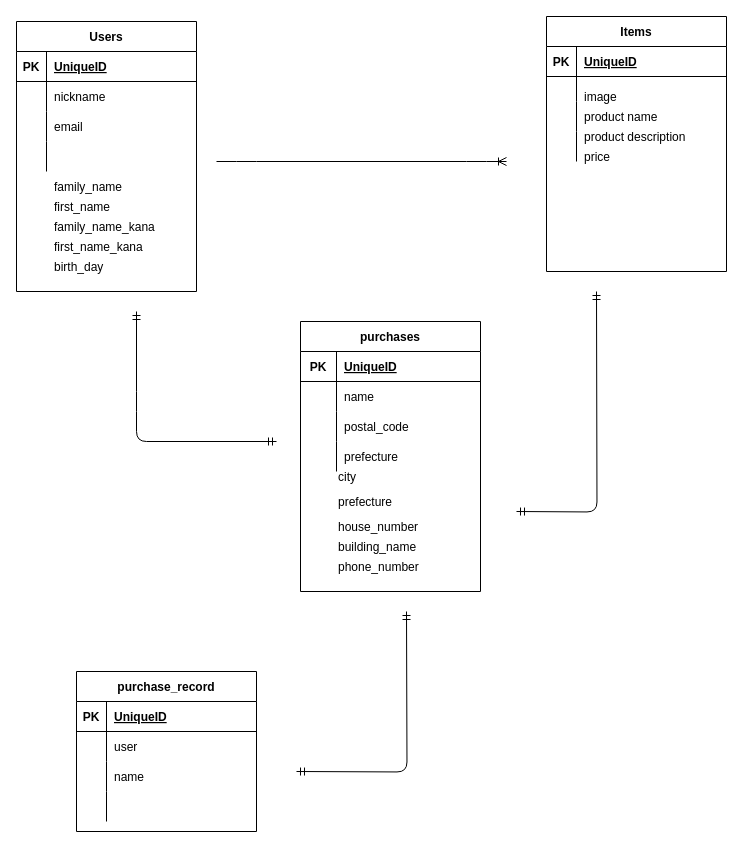
Above: test.dio in YAIBA4869/furima-36468 (draw.io), before the change. Source tidied: cells renumbered, new cells numbered last; positions are measured from the earlier drawing's top-left corner, leaving out a move shared by most shapes. Both pictures are drawn from the tidied source at 100%, with x=0, y=0 at pixel (16, 16).
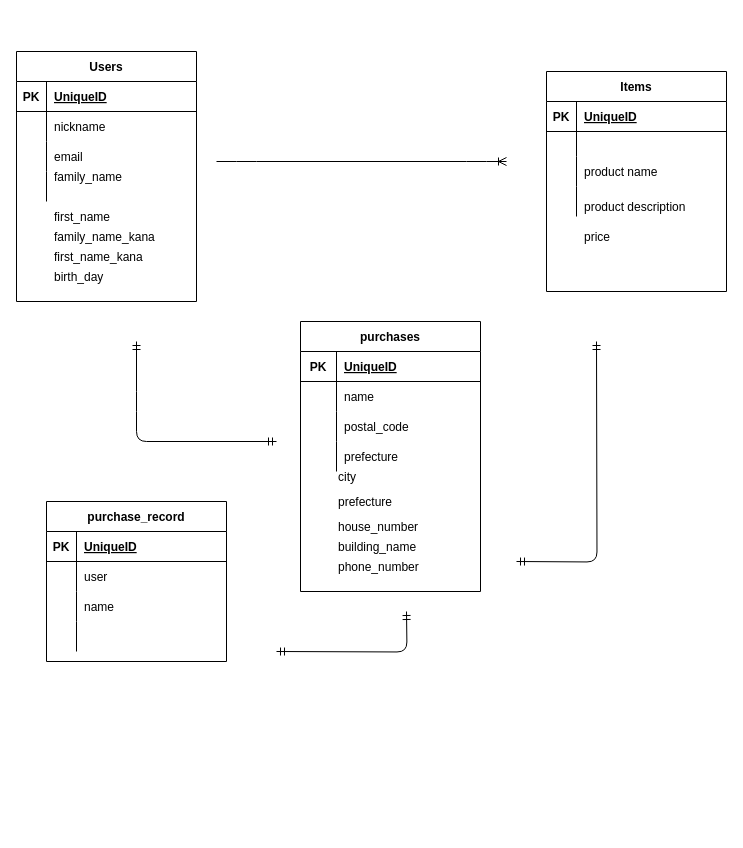
After the change.

The edit, as a diff of the source:
```diff
@@
     <mxCell id="2" value="Users" style="shape=table;startSize=30;childLayout=tableLayout;rowLines=0;fontStyle=1;align=center;" parent="1" vertex="1">
-      <mxGeometry y="5" width="180" height="270" as="geometry" />
+      <mxGeometry y="35" width="180" height="250" as="geometry" />
     </mxCell>
@@
     <mxCell id="15" value="Items" style="shape=table;startSize=30;childLayout=tableLayout;rowLines=0;fontStyle=1;align=center;" parent="1" vertex="1">
-      <mxGeometry x="530" width="180" height="255" as="geometry" />
+      <mxGeometry x="530" y="55" width="180" height="220" as="geometry" />
     </mxCell>
@@
     <mxCell id="41" style="shape=partialRectangle;fillColor=none;top=0;left=0;bottom=0;right=0;" parent="1" vertex="1">
-      <mxGeometry y="155" width="180" height="30" as="geometry" />
+      <mxGeometry y="145" width="180" height="30" as="geometry" />
     </mxCell>
@@
     <mxCell id="44" style="shape=partialRectangle;fillColor=none;top=0;left=0;bottom=0;right=0;" parent="1" vertex="1">
-      <mxGeometry y="235" width="180" height="30" as="geometry" />
+      <mxGeometry y="245" width="180" height="30" as="geometry" />
     </mxCell>
@@
     <mxCell id="53" style="edgeStyle=orthogonalEdgeStyle;fontSize=12;html=1;endArrow=ERmandOne;startArrow=ERmandOne;fontColor=#FFFFFF;" parent="1" edge="1">
       <mxGeometry relative="1" as="geometry">
-        <mxPoint x="120" y="295" as="sourcePoint" />
+        <mxPoint x="120" y="325" as="sourcePoint" />
         <mxPoint x="260" y="425" as="targetPoint" />
         <Array as="points">
           <mxPoint x="120" y="385" />
           <mxPoint x="120" y="385" />
         </Array>
       </mxGeometry>
     </mxCell>
     <mxCell id="54" style="edgeStyle=orthogonalEdgeStyle;fontSize=12;html=1;endArrow=ERmandOne;startArrow=ERmandOne;fontColor=#FFFFFF;" parent="1" edge="1">
       <mxGeometry relative="1" as="geometry">
-        <mxPoint x="500" y="495" as="sourcePoint" />
-        <mxPoint x="580" y="275" as="targetPoint" />
+        <mxPoint x="500" y="545" as="sourcePoint" />
+        <mxPoint x="580" y="325" as="targetPoint" />
       </mxGeometry>
     </mxCell>
     <mxCell id="55" style="shape=partialRectangle;fillColor=none;top=0;left=0;bottom=0;right=0;" parent="1" vertex="1">
-      <mxGeometry y="215" width="180" height="30" as="geometry" />
+      <mxGeometry y="225" width="180" height="30" as="geometry" />
     </mxCell>
@@
     <mxCell id="58" style="shape=partialRectangle;fillColor=none;top=0;left=0;bottom=0;right=0;" parent="1" vertex="1">
-      <mxGeometry y="175" width="180" height="30" as="geometry" />
+      <mxGeometry y="185" width="180" height="30" as="geometry" />
     </mxCell>
@@
     <mxCell id="61" style="shape=partialRectangle;fillColor=none;top=0;left=0;bottom=0;right=0;" parent="1" vertex="1">
-      <mxGeometry y="195" width="180" height="30" as="geometry" />
+      <mxGeometry y="205" width="180" height="30" as="geometry" />
     </mxCell>
@@
-    <mxCell id="64" value="image" style="shape=partialRectangle;fillColor=none;top=0;left=0;bottom=0;right=0;align=left;spacingLeft=6;overflow=hidden;" parent="1" vertex="1">
-      <mxGeometry x="560" y="65" width="150" height="30" as="geometry" />
-    </mxCell>
     <mxCell id="65" value="product description" style="shape=partialRectangle;fillColor=none;top=0;left=0;bottom=0;right=0;align=left;spacingLeft=6;overflow=hidden;" parent="1" vertex="1">
-      <mxGeometry x="560" y="105" width="150" height="30" as="geometry" />
+      <mxGeometry x="560" y="175" width="150" height="30" as="geometry" />
     </mxCell>
     <mxCell id="66" value="price" style="shape=partialRectangle;fillColor=none;top=0;left=0;bottom=0;right=0;align=left;spacingLeft=6;overflow=hidden;" parent="1" vertex="1">
-      <mxGeometry x="560" y="125" width="150" height="30" as="geometry" />
+      <mxGeometry x="560" y="205" width="150" height="30" as="geometry" />
     </mxCell>
     <mxCell id="67" value="purchase_record" style="shape=table;startSize=30;childLayout=tableLayout;rowLines=0;fontStyle=1;align=center;" parent="1" vertex="1">
-      <mxGeometry x="60" y="655" width="180" height="160" as="geometry" />
+      <mxGeometry x="30" y="485" width="180" height="160" as="geometry" />
     </mxCell>
@@
     <mxCell id="80" style="edgeStyle=orthogonalEdgeStyle;fontSize=12;html=1;endArrow=ERmandOne;startArrow=ERmandOne;fontColor=#FFFFFF;" parent="1" edge="1">
       <mxGeometry relative="1" as="geometry">
-        <mxPoint x="280" y="755" as="sourcePoint" />
+        <mxPoint x="260" y="635" as="sourcePoint" />
         <mxPoint x="390" y="595" as="targetPoint" />
       </mxGeometry>
     </mxCell>
```
